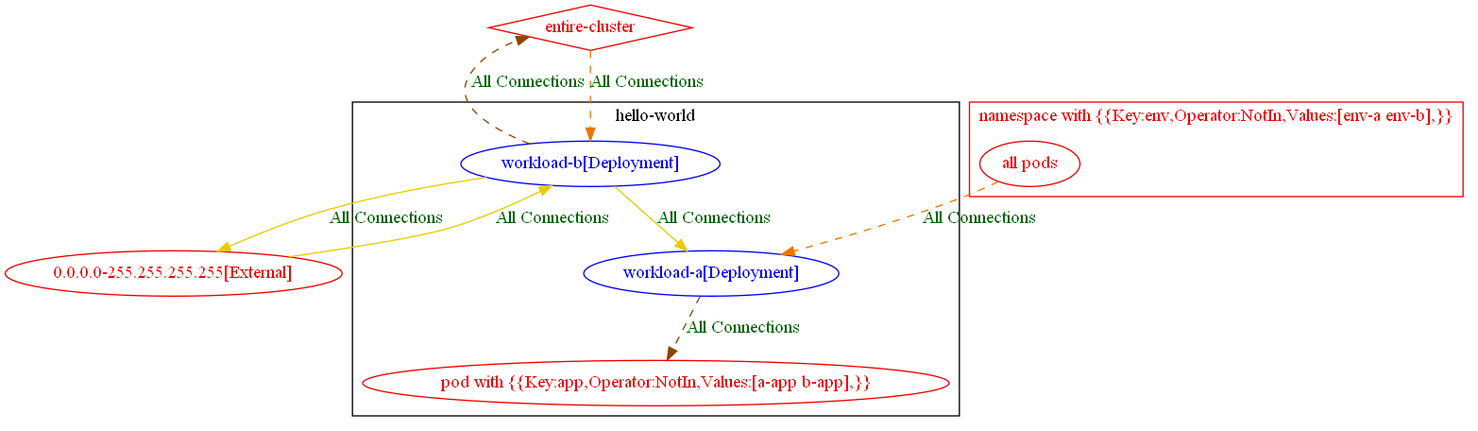
Before: test_outputs/connlist/exposure_test_with_match_expression_not_in_op_exposure_output.dot.png, a diagram exported from Graphviz (np-guard/netpol-analyzer). Its source is kept beside it as test_outputs/connlist/exposure_test_with_match_expression_not_in_op_exposure_output.dot.
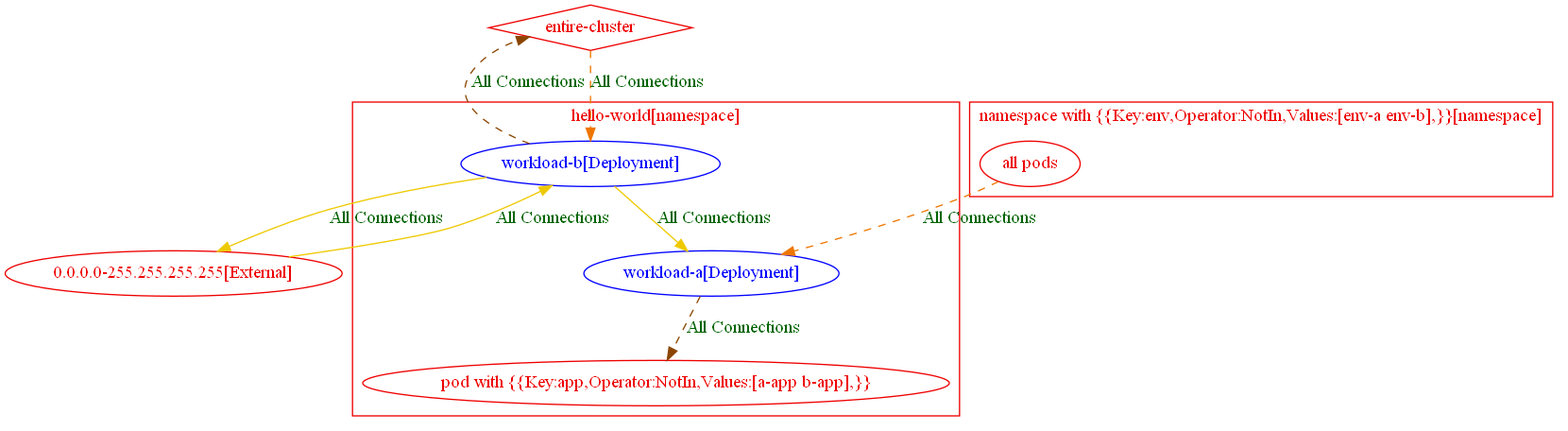
The same diagram one commit later.

What changed in the source:
```diff
@@ -1,17 +1,22 @@
 digraph {
-	subgraph "cluster_hello_world" {
+	subgraph "cluster_hello_world[namespace]" {
 		color="black"
 		fontcolor="black"
 		"hello-world/workload-a[Deployment]" [label="workload-a[Deployment]" color="blue" fontcolor="blue"]
 		"hello-world/workload-b[Deployment]" [label="workload-b[Deployment]" color="blue" fontcolor="blue"]
+		label="hello-world[namespace]"
+	}
+	subgraph "cluster_hello_world[namespace]" {
+		color="red2"
+		fontcolor="red2"
 		"pod with {{Key:app,Operator:NotIn,Values:[a-app b-app],}}_in_hello-world" [label="pod with {{Key:app,Operator:NotIn,Values:[a-app b-app],}}" color="red2" fontcolor="red2"]
-		label="hello-world"
+		label="hello-world[namespace]"
 	}
-	subgraph "cluster_namespace with {{Key:env,Operator:NotIn,Values:[env_a env_b],}}" {
+	subgraph "cluster_namespace with {{Key:env,Operator:NotIn,Values:[env_a env_b],}}[namespace]" {
 		color="red2"
 		fontcolor="red2"
 		"all pods_in_namespace with {{Key:env,Operator:NotIn,Values:[env-a env-b],}}" [label="all pods" color="red2" fontcolor="red2"]
-		label="namespace with {{Key:env,Operator:NotIn,Values:[env-a env-b],}}"
+		label="namespace with {{Key:env,Operator:NotIn,Values:[env-a env-b],}}[namespace]"
 	}
 	"0.0.0.0-255.255.255.255[External]" [label="0.0.0.0-255.255.255.255[External]" color="red2" fontcolor="red2"]
 	"entire-cluster" [label="entire-cluster" color="red2" fontcolor="red2" shape=diamond]
```
